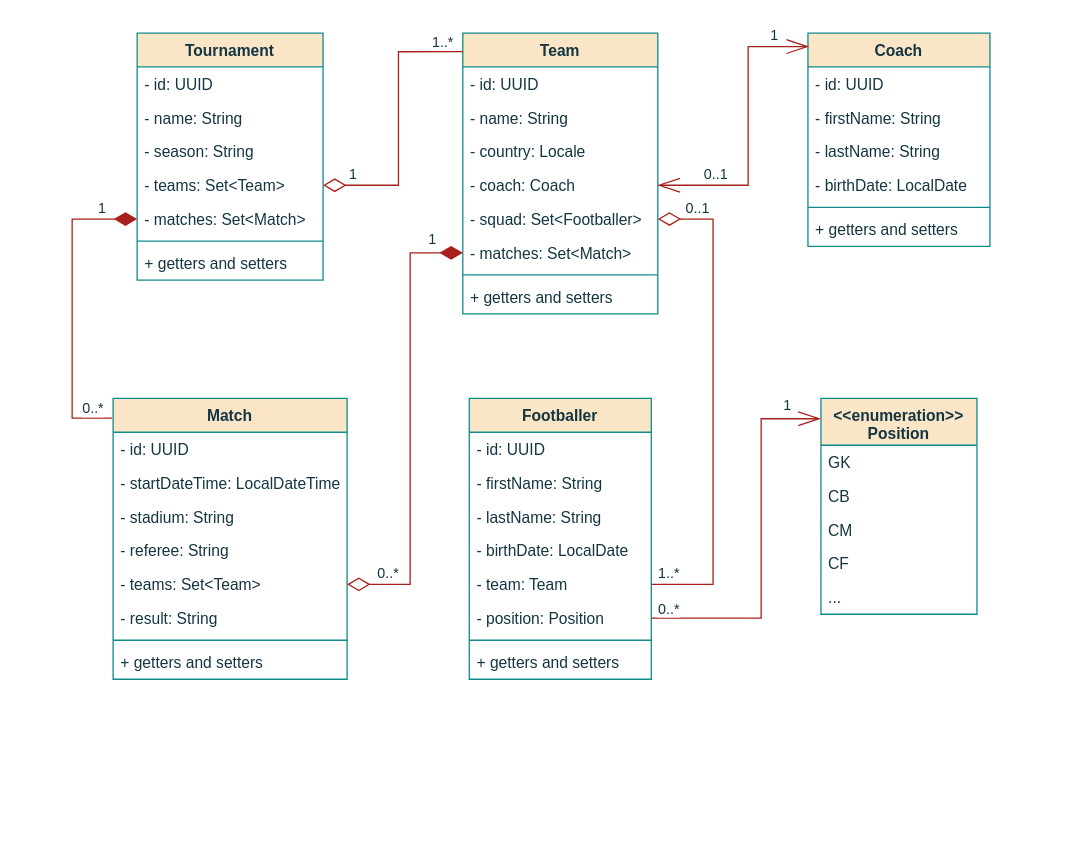
Above: diagram/uml-class-diagram.drawio in dyskop/uefa-demo (draw.io), before the change. Source tidied: cells renumbered, new cells numbered last; positions are measured from the earlier drawing's top-left corner, leaving out a move shared by most shapes. Both pictures are drawn from the tidied source at 130%, with x=0, y=0 at pixel (72, 32).
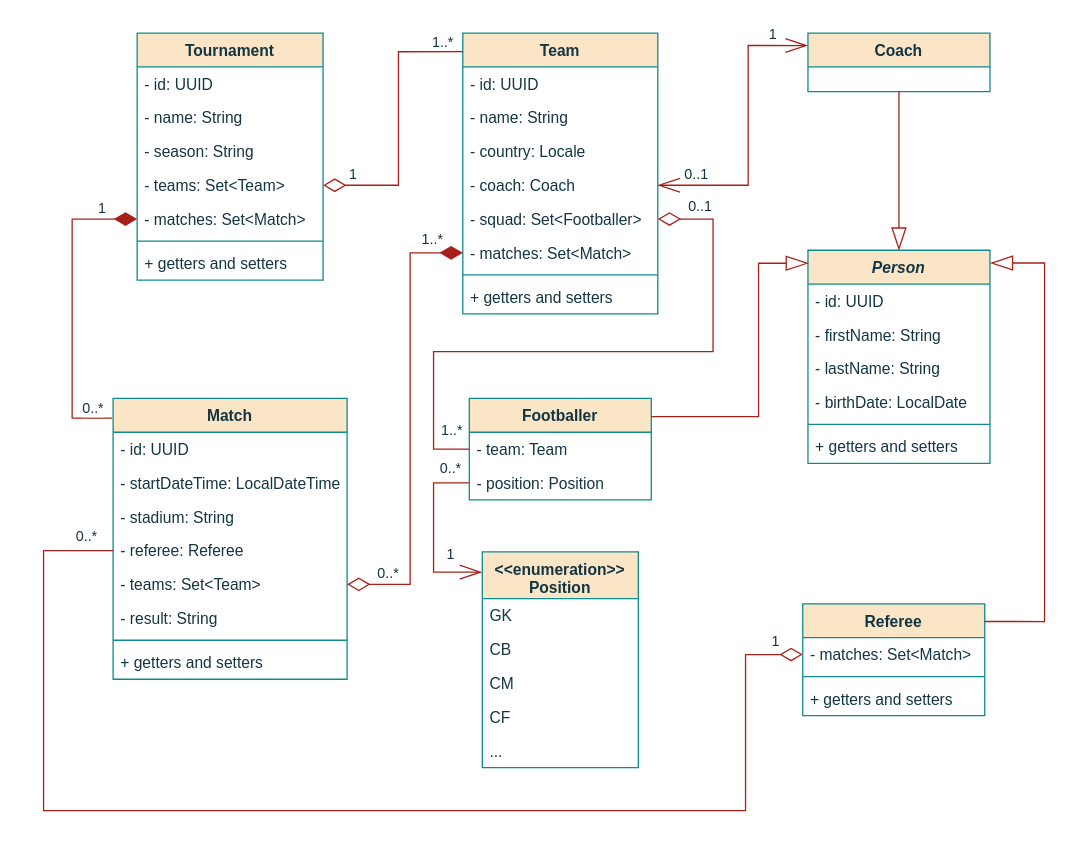
After the change.

Commit message (it also covers changes not shown here):
feat: update UML diagrams

Unchanged cells that the change refers to:
```xml
<mxCell id="14" value="- coach: Coach" style="text;align=left;verticalAlign=top;spacingLeft=4;spacingRight=4;overflow=hidden;points=[[0,0.5],[1,0.5]];portConstraint=eastwest;rounded=0;labelBackgroundColor=none;fontColor=#143642;" parent="10" vertex="1">
  <mxGeometry y="104" width="150" height="26" as="geometry" />
</mxCell>
<mxCell id="15" value="- squad: Set&lt;Footballer&gt;" style="text;align=left;verticalAlign=top;spacingLeft=4;spacingRight=4;overflow=hidden;points=[[0,0.5],[1,0.5]];portConstraint=eastwest;rounded=0;labelBackgroundColor=none;fontColor=#143642;" parent="10" vertex="1">
  <mxGeometry y="130" width="150" height="26" as="geometry" />
</mxCell>
<mxCell id="41" value="Match" style="swimlane;fontStyle=1;align=center;verticalAlign=top;horizontal=1;startSize=26;rounded=0;shadow=0;strokeWidth=1;labelBackgroundColor=none;fillColor=#FAE5C7;strokeColor=#0F8B8D;fontColor=#143642;" parent="1" vertex="1">
  <mxGeometry x="31.5" y="281" width="180" height="216" as="geometry" />
</mxCell>
<mxCell id="59" style="endArrow=diamondThin;endFill=0;endSize=15;html=1;rounded=0;fontFamily=Helvetica;fontSize=12;fontColor=default;startSize=15;edgeStyle=orthogonalEdgeStyle;entryX=1;entryY=0.5;entryDx=0;entryDy=0;labelBackgroundColor=none;strokeColor=#A8201A;startArrow=diamondThin;startFill=1;exitX=0;exitY=0.5;exitDx=0;exitDy=0;" parent="1" edge="1" source="16" target="46">
  <mxGeometry relative="1" as="geometry">
    <Array as="points">
      <mxPoint x="260" y="169" />
      <mxPoint x="260" y="424" />
    </Array>
  </mxGeometry>
</mxCell>
```

What changed in the source:
```diff
@@
     <mxCell id="19" value="Coach" style="swimlane;fontStyle=1;align=center;verticalAlign=top;horizontal=1;startSize=26;rounded=0;shadow=0;strokeWidth=1;labelBackgroundColor=none;fillColor=#FAE5C7;strokeColor=#0F8B8D;fontColor=#143642;" parent="1" vertex="1">
-      <mxGeometry x="566" width="140" height="164" as="geometry" />
+      <mxGeometry x="566" width="140" height="45" as="geometry" />
     </mxCell>
-    <mxCell id="20" value="- id: UUID" style="text;align=left;verticalAlign=top;spacingLeft=4;spacingRight=4;overflow=hidden;rounded=0;labelBackgroundColor=none;fontColor=#143642;" parent="19" vertex="1">
-      <mxGeometry y="26" width="140" height="26" as="geometry" />
-    </mxCell>
-    <mxCell id="21" value="- firstName: String" style="text;align=left;verticalAlign=top;spacingLeft=4;spacingRight=4;overflow=hidden;rounded=0;labelBackgroundColor=none;fontColor=#143642;" parent="19" vertex="1">
-      <mxGeometry y="52" width="140" height="26" as="geometry" />
-    </mxCell>
-    <mxCell id="22" value="- lastName: String" style="text;align=left;verticalAlign=top;spacingLeft=4;spacingRight=4;overflow=hidden;rounded=0;labelBackgroundColor=none;fontColor=#143642;" parent="19" vertex="1">
-      <mxGeometry y="78" width="140" height="26" as="geometry" />
-    </mxCell>
-    <mxCell id="23" value="- birthDate: LocalDate" style="text;align=left;verticalAlign=top;spacingLeft=4;spacingRight=4;overflow=hidden;rounded=0;labelBackgroundColor=none;fontColor=#143642;" parent="19" vertex="1">
-      <mxGeometry y="104" width="140" height="26" as="geometry" />
-    </mxCell>
-    <mxCell id="24" style="line;html=1;strokeWidth=1;align=left;verticalAlign=middle;spacingTop=-1;spacingLeft=3;spacingRight=3;labelPosition=right;rounded=0;labelBackgroundColor=none;fillColor=#FAE5C7;strokeColor=#0F8B8D;fontColor=#143642;" parent="19" vertex="1">
-      <mxGeometry y="130" width="140" height="8" as="geometry" />
-    </mxCell>
-    <mxCell id="25" value="+ getters and setters" style="text;align=left;verticalAlign=top;spacingLeft=4;spacingRight=4;overflow=hidden;rounded=0;labelBackgroundColor=none;fontColor=#143642;" parent="19" vertex="1">
-      <mxGeometry y="138" width="140" height="26" as="geometry" />
-    </mxCell>
     <mxCell id="26" value="Footballer" style="swimlane;fontStyle=1;align=center;verticalAlign=top;horizontal=1;startSize=26;rounded=0;shadow=0;strokeWidth=1;labelBackgroundColor=none;fillColor=#FAE5C7;strokeColor=#0F8B8D;fontColor=#143642;" parent="1" vertex="1">
-      <mxGeometry x="305.5" y="281" width="140" height="216" as="geometry" />
+      <mxGeometry x="305.5" y="281" width="140" height="78" as="geometry" />
     </mxCell>
-    <mxCell id="27" value="- id: UUID" style="text;align=left;verticalAlign=top;spacingLeft=4;spacingRight=4;overflow=hidden;rounded=0;labelBackgroundColor=none;fontColor=#143642;" parent="26" vertex="1">
-      <mxGeometry y="26" width="140" height="26" as="geometry" />
-    </mxCell>
-    <mxCell id="28" value="- firstName: String" style="text;align=left;verticalAlign=top;spacingLeft=4;spacingRight=4;overflow=hidden;rounded=0;labelBackgroundColor=none;fontColor=#143642;" parent="26" vertex="1">
-      <mxGeometry y="52" width="140" height="26" as="geometry" />
-    </mxCell>
-    <mxCell id="29" value="- lastName: String" style="text;align=left;verticalAlign=top;spacingLeft=4;spacingRight=4;overflow=hidden;rounded=0;labelBackgroundColor=none;fontColor=#143642;" parent="26" vertex="1">
-      <mxGeometry y="78" width="140" height="26" as="geometry" />
-    </mxCell>
-    <mxCell id="30" value="- birthDate: LocalDate" style="text;align=left;verticalAlign=top;spacingLeft=4;spacingRight=4;overflow=hidden;rounded=0;labelBackgroundColor=none;fontColor=#143642;" parent="26" vertex="1">
-      <mxGeometry y="104" width="140" height="26" as="geometry" />
-    </mxCell>
     <mxCell id="31" value="- team: Team" style="text;align=left;verticalAlign=top;spacingLeft=4;spacingRight=4;overflow=hidden;points=[[0,0.5],[1,0.5]];portConstraint=eastwest;rounded=0;labelBackgroundColor=none;fontColor=#143642;" parent="26" vertex="1">
-      <mxGeometry y="130" width="140" height="26" as="geometry" />
+      <mxGeometry y="26" width="140" height="26" as="geometry" />
     </mxCell>
     <mxCell id="32" value="- position: Position" style="text;align=left;verticalAlign=top;spacingLeft=4;spacingRight=4;overflow=hidden;points=[[0,0.5],[1,0.5]];portConstraint=eastwest;rounded=0;labelBackgroundColor=none;fontColor=#143642;" parent="26" vertex="1">
-      <mxGeometry y="156" width="140" height="26" as="geometry" />
+      <mxGeometry y="52" width="140" height="26" as="geometry" />
     </mxCell>
-    <mxCell id="33" style="line;html=1;strokeWidth=1;align=left;verticalAlign=middle;spacingTop=-1;spacingLeft=3;spacingRight=3;labelPosition=right;rounded=0;labelBackgroundColor=none;fillColor=#FAE5C7;strokeColor=#0F8B8D;fontColor=#143642;" parent="26" vertex="1">
-      <mxGeometry y="182" width="140" height="8" as="geometry" />
-    </mxCell>
-    <mxCell id="34" value="+ getters and setters" style="text;align=left;verticalAlign=top;spacingLeft=4;spacingRight=4;overflow=hidden;rounded=0;labelBackgroundColor=none;fontColor=#143642;" parent="26" vertex="1">
-      <mxGeometry y="190" width="140" height="26" as="geometry" />
-    </mxCell>
     <mxCell id="35" value="&lt;&lt;enumeration&gt;&gt;&#10;Position" style="swimlane;fontStyle=1;align=center;verticalAlign=top;horizontal=1;startSize=36;rounded=0;shadow=0;strokeWidth=1;labelBackgroundColor=none;fillColor=#FAE5C7;strokeColor=#0F8B8D;fontColor=#143642;" parent="1" vertex="1">
-      <mxGeometry x="576" y="281" width="120" height="166" as="geometry" />
+      <mxGeometry x="315.5" y="399" width="120" height="166" as="geometry" />
     </mxCell>
@@
-    <mxCell id="45" value="- referee: String" style="text;align=left;verticalAlign=top;spacingLeft=4;spacingRight=4;overflow=hidden;points=[[0,0.5],[1,0.5]];portConstraint=eastwest;rounded=0;labelBackgroundColor=none;fontColor=#143642;" parent="41" vertex="1">
+    <mxCell id="45" value="- referee: Referee" style="text;align=left;verticalAlign=top;spacingLeft=4;spacingRight=4;overflow=hidden;points=[[0,0.5],[1,0.5]];portConstraint=eastwest;rounded=0;labelBackgroundColor=none;fontColor=#143642;" parent="41" vertex="1">
       <mxGeometry y="104" width="180" height="26" as="geometry" />
     </mxCell>
@@
-    <mxCell id="53" style="endArrow=openThin;endFill=0;endSize=15;html=1;rounded=0;fontFamily=Helvetica;fontSize=12;fontColor=default;startSize=15;edgeStyle=orthogonalEdgeStyle;entryX=1;entryY=0.5;entryDx=0;entryDy=0;labelBackgroundColor=none;strokeColor=#A8201A;startArrow=openThin;startFill=0;exitX=0.004;exitY=0.063;exitDx=0;exitDy=0;exitPerimeter=0;" parent="1" edge="1" source="19" target="14">
+    <mxCell id="53" style="endArrow=openThin;endFill=0;endSize=15;html=1;rounded=0;fontFamily=Helvetica;fontSize=12;fontColor=default;startSize=15;edgeStyle=orthogonalEdgeStyle;entryX=1;entryY=0.5;entryDx=0;entryDy=0;labelBackgroundColor=none;strokeColor=#A8201A;startArrow=openThin;startFill=0;exitX=-0.002;exitY=0.212;exitDx=0;exitDy=0;exitPerimeter=0;" parent="1" edge="1" source="19" target="14">
       <mxGeometry relative="1" as="geometry">
         <Array as="points">
           <mxPoint x="520" y="10" />
           <mxPoint x="520" y="117" />
         </Array>
       </mxGeometry>
     </mxCell>
@@
     <mxCell id="55" value="0..1" style="edgeLabel;html=1;align=center;verticalAlign=middle;fontColor=#143642;" parent="53" vertex="1">
       <mxGeometry x="0.63" y="-3" relative="1" as="geometry">
-        <mxPoint x="3" y="-6" as="offset" />
+        <mxPoint x="-12" y="-6" as="offset" />
       </mxGeometry>
     </mxCell>
@@
-    <mxCell id="60" value="1" style="edgeLabel;html=1;align=center;verticalAlign=middle;fontColor=#143642;" parent="59" vertex="1">
+    <mxCell id="60" value="1..*" style="edgeLabel;html=1;align=center;verticalAlign=middle;fontColor=#143642;" parent="59" vertex="1">
       <mxGeometry x="-0.86" y="-5" relative="1" as="geometry">
         <mxPoint y="-6" as="offset" />
       </mxGeometry>
     </mxCell>
@@
-    <mxCell id="62" style="endArrow=diamondThin;endFill=0;endSize=15;html=1;rounded=0;fontFamily=Helvetica;fontSize=12;fontColor=default;startSize=15;edgeStyle=orthogonalEdgeStyle;entryX=1;entryY=0.5;entryDx=0;entryDy=0;labelBackgroundColor=none;strokeColor=#A8201A;exitX=1;exitY=0.5;exitDx=0;exitDy=0;" parent="1" edge="1" source="31" target="15">
+    <mxCell id="62" style="endArrow=diamondThin;endFill=0;endSize=15;html=1;rounded=0;fontFamily=Helvetica;fontSize=12;fontColor=default;startSize=15;edgeStyle=orthogonalEdgeStyle;entryX=1;entryY=0.5;entryDx=0;entryDy=0;labelBackgroundColor=none;strokeColor=#A8201A;exitX=0;exitY=0.5;exitDx=0;exitDy=0;" parent="1" edge="1" source="26" target="15">
       <mxGeometry relative="1" as="geometry">
         <Array as="points">
-          <mxPoint x="493" y="424" />
+          <mxPoint x="278" y="320" />
+          <mxPoint x="278" y="245" />
+          <mxPoint x="493" y="245" />
           <mxPoint x="493" y="143" />
         </Array>
       </mxGeometry>
     </mxCell>
     <mxCell id="63" value="1..*" style="edgeLabel;html=1;align=center;verticalAlign=middle;fontColor=#143642;" parent="62" vertex="1">
       <mxGeometry x="-0.86" y="-5" relative="1" as="geometry">
-        <mxPoint x="-13" y="-14" as="offset" />
+        <mxPoint x="8" y="-10" as="offset" />
       </mxGeometry>
     </mxCell>
     <mxCell id="64" value="0..1" style="edgeLabel;html=1;align=center;verticalAlign=middle;fontColor=#143642;" parent="62" vertex="1">
       <mxGeometry x="0.63" y="-3" relative="1" as="geometry">
-        <mxPoint x="-16" y="-35" as="offset" />
+        <mxPoint x="-14" y="-53" as="offset" />
       </mxGeometry>
     </mxCell>
-    <mxCell id="65" style="endArrow=openThin;endFill=0;endSize=15;html=1;rounded=0;fontFamily=Helvetica;fontSize=12;fontColor=default;startSize=15;edgeStyle=orthogonalEdgeStyle;labelBackgroundColor=none;strokeColor=#A8201A;startArrow=none;startFill=0;exitX=1;exitY=0.5;exitDx=0;exitDy=0;entryX=-0.003;entryY=0.094;entryDx=0;entryDy=0;entryPerimeter=0;" parent="1" edge="1" source="32" target="35">
+    <mxCell id="65" style="endArrow=openThin;endFill=0;endSize=15;html=1;rounded=0;fontFamily=Helvetica;fontSize=12;fontColor=default;startSize=15;edgeStyle=orthogonalEdgeStyle;labelBackgroundColor=none;strokeColor=#A8201A;startArrow=none;startFill=0;exitX=0;exitY=0.5;exitDx=0;exitDy=0;entryX=-0.003;entryY=0.094;entryDx=0;entryDy=0;entryPerimeter=0;" parent="1" edge="1" source="32" target="35">
       <mxGeometry relative="1" as="geometry">
         <Array as="points">
-          <mxPoint x="530" y="450" />
-          <mxPoint x="530" y="297" />
+          <mxPoint x="278" y="346" />
+          <mxPoint x="278" y="415" />
+          <mxPoint x="315" y="415" />
         </Array>
       </mxGeometry>
     </mxCell>
     <mxCell id="66" value="0..*" style="edgeLabel;html=1;align=center;verticalAlign=middle;fontColor=#143642;" parent="65" vertex="1">
       <mxGeometry x="-0.86" y="-5" relative="1" as="geometry">
-        <mxPoint x="-7" y="-13" as="offset" />
+        <mxPoint x="-6" y="-7" as="offset" />
       </mxGeometry>
     </mxCell>
     <mxCell id="67" value="1" style="edgeLabel;html=1;align=center;verticalAlign=middle;fontColor=#143642;" parent="65" vertex="1">
       <mxGeometry x="0.63" y="-3" relative="1" as="geometry">
-        <mxPoint x="16" y="-18" as="offset" />
+        <mxPoint y="-17" as="offset" />
       </mxGeometry>
     </mxCell>
+    <mxCell id="68" value="Referee" style="swimlane;fontStyle=1;align=center;verticalAlign=top;horizontal=1;startSize=26;rounded=0;shadow=0;strokeWidth=1;labelBackgroundColor=none;fillColor=#FAE5C7;strokeColor=#0F8B8D;fontColor=#143642;" parent="1" vertex="1">
+      <mxGeometry x="562" y="439" width="140" height="86" as="geometry" />
+    </mxCell>
+    <mxCell id="69" value="- matches: Set&lt;Match&gt;" style="text;align=left;verticalAlign=top;spacingLeft=4;spacingRight=4;overflow=hidden;points=[[0,0.5],[1,0.5]];portConstraint=eastwest;rounded=0;labelBackgroundColor=none;fontColor=#143642;" parent="68" vertex="1">
+      <mxGeometry y="26" width="140" height="26" as="geometry" />
+    </mxCell>
+    <mxCell id="70" style="line;html=1;strokeWidth=1;align=left;verticalAlign=middle;spacingTop=-1;spacingLeft=3;spacingRight=3;labelPosition=right;rounded=0;labelBackgroundColor=none;fillColor=#FAE5C7;strokeColor=#0F8B8D;fontColor=#143642;" parent="68" vertex="1">
+      <mxGeometry y="52" width="140" height="8" as="geometry" />
+    </mxCell>
+    <mxCell id="34" value="+ getters and setters" style="text;align=left;verticalAlign=top;spacingLeft=4;spacingRight=4;overflow=hidden;rounded=0;labelBackgroundColor=none;fontColor=#143642;" parent="68" vertex="1">
+      <mxGeometry y="60" width="140" height="26" as="geometry" />
+    </mxCell>
+    <mxCell id="71" value="Person" style="swimlane;fontStyle=3;align=center;verticalAlign=top;horizontal=1;startSize=26;rounded=0;shadow=0;strokeWidth=1;labelBackgroundColor=none;fillColor=#FAE5C7;strokeColor=#0F8B8D;fontColor=#143642;" parent="1" vertex="1">
+      <mxGeometry x="566" y="167" width="140" height="164" as="geometry" />
+    </mxCell>
+    <mxCell id="72" value="- id: UUID" style="text;align=left;verticalAlign=top;spacingLeft=4;spacingRight=4;overflow=hidden;rounded=0;labelBackgroundColor=none;fontColor=#143642;" parent="71" vertex="1">
+      <mxGeometry y="26" width="140" height="26" as="geometry" />
+    </mxCell>
+    <mxCell id="73" value="- firstName: String" style="text;align=left;verticalAlign=top;spacingLeft=4;spacingRight=4;overflow=hidden;rounded=0;labelBackgroundColor=none;fontColor=#143642;" parent="71" vertex="1">
+      <mxGeometry y="52" width="140" height="26" as="geometry" />
+    </mxCell>
+    <mxCell id="74" value="- lastName: String" style="text;align=left;verticalAlign=top;spacingLeft=4;spacingRight=4;overflow=hidden;rounded=0;labelBackgroundColor=none;fontColor=#143642;" parent="71" vertex="1">
+      <mxGeometry y="78" width="140" height="26" as="geometry" />
+    </mxCell>
+    <mxCell id="75" value="- birthDate: LocalDate" style="text;align=left;verticalAlign=top;spacingLeft=4;spacingRight=4;overflow=hidden;rounded=0;labelBackgroundColor=none;fontColor=#143642;" parent="71" vertex="1">
+      <mxGeometry y="104" width="140" height="26" as="geometry" />
+    </mxCell>
+    <mxCell id="24" style="line;html=1;strokeWidth=1;align=left;verticalAlign=middle;spacingTop=-1;spacingLeft=3;spacingRight=3;labelPosition=right;rounded=0;labelBackgroundColor=none;fillColor=#FAE5C7;strokeColor=#0F8B8D;fontColor=#143642;" parent="71" vertex="1">
+      <mxGeometry y="130" width="140" height="8" as="geometry" />
+    </mxCell>
+    <mxCell id="25" value="+ getters and setters" style="text;align=left;verticalAlign=top;spacingLeft=4;spacingRight=4;overflow=hidden;rounded=0;labelBackgroundColor=none;fontColor=#143642;" parent="71" vertex="1">
+      <mxGeometry y="138" width="140" height="26" as="geometry" />
+    </mxCell>
+    <mxCell id="76" style="endArrow=blockThin;endFill=0;endSize=15;html=1;rounded=0;fontFamily=Helvetica;fontSize=12;fontColor=default;startSize=15;edgeStyle=orthogonalEdgeStyle;labelBackgroundColor=none;strokeColor=#A8201A;entryX=0.003;entryY=0.061;entryDx=0;entryDy=0;entryPerimeter=0;" parent="1" edge="1" source="26" target="71">
+      <mxGeometry relative="1" as="geometry">
+        <Array as="points">
+          <mxPoint x="528" y="295" />
+          <mxPoint x="528" y="177" />
+        </Array>
+      </mxGeometry>
+    </mxCell>
+    <mxCell id="77" style="endArrow=blockThin;endFill=0;endSize=15;html=1;rounded=0;fontFamily=Helvetica;fontSize=12;fontColor=default;startSize=15;edgeStyle=orthogonalEdgeStyle;labelBackgroundColor=none;strokeColor=#A8201A;exitX=1;exitY=0.158;exitDx=0;exitDy=0;exitPerimeter=0;entryX=1.002;entryY=0.06;entryDx=0;entryDy=0;entryPerimeter=0;" parent="1" edge="1" source="68" target="71">
+      <mxGeometry relative="1" as="geometry">
+        <Array as="points">
+          <mxPoint x="748" y="453" />
+          <mxPoint x="748" y="177" />
+        </Array>
+      </mxGeometry>
+    </mxCell>
+    <mxCell id="78" style="endArrow=blockThin;endFill=0;endSize=15;html=1;rounded=0;fontFamily=Helvetica;fontSize=12;fontColor=default;startSize=15;edgeStyle=orthogonalEdgeStyle;labelBackgroundColor=none;strokeColor=#A8201A;exitX=0.5;exitY=1;exitDx=0;exitDy=0;entryX=0.5;entryY=0;entryDx=0;entryDy=0;" parent="1" edge="1" source="19" target="71">
+      <mxGeometry relative="1" as="geometry" />
+    </mxCell>
+    <mxCell id="79" style="endArrow=diamondThin;endFill=0;endSize=15;html=1;rounded=0;fontFamily=Helvetica;fontSize=12;fontColor=default;startSize=15;edgeStyle=orthogonalEdgeStyle;entryX=0;entryY=0.5;entryDx=0;entryDy=0;labelBackgroundColor=none;strokeColor=#A8201A;exitX=0;exitY=0.5;exitDx=0;exitDy=0;" parent="1" edge="1" source="45" target="69">
+      <mxGeometry relative="1" as="geometry">
+        <Array as="points">
+          <mxPoint x="-22" y="398" />
+          <mxPoint x="-22" y="598" />
+          <mxPoint x="518" y="598" />
+          <mxPoint x="518" y="478" />
+        </Array>
+      </mxGeometry>
+    </mxCell>
+    <mxCell id="80" value="0..*" style="edgeLabel;html=1;align=center;verticalAlign=middle;fontColor=#143642;" parent="79" vertex="1">
+      <mxGeometry x="-0.86" y="-5" relative="1" as="geometry">
+        <mxPoint x="37" y="-25" as="offset" />
+      </mxGeometry>
+    </mxCell>
+    <mxCell id="81" value="1" style="edgeLabel;html=1;align=center;verticalAlign=middle;fontColor=#143642;" parent="79" vertex="1">
+      <mxGeometry x="0.63" y="-3" relative="1" as="geometry">
+        <mxPoint x="36" y="-134" as="offset" />
+      </mxGeometry>
+    </mxCell>
```
